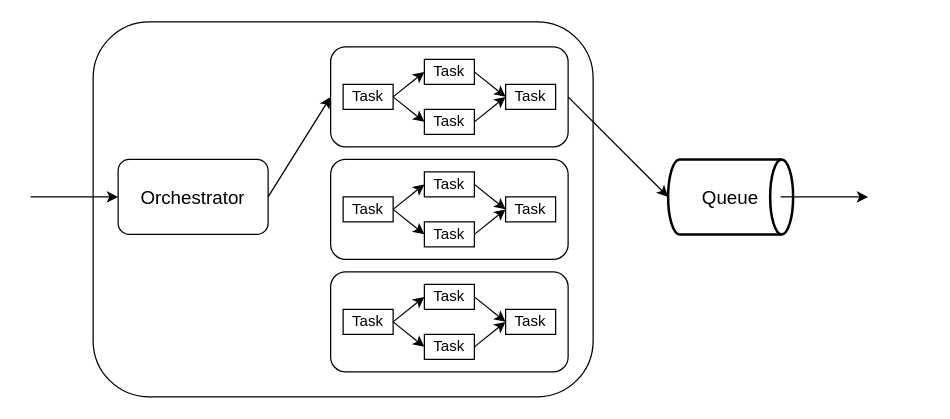
Earlier version of the draw.io diagram static/img/lang/design/asynchronous-request-response/workflow-orchestrator.drawio (hhk7734/wiki). Source tidied: cells renumbered, new cells numbered last; positions are measured from the earlier drawing's top-left corner, leaving out a move shared by most shapes. Both pictures are drawn from the tidied source at 125%, with x=0, y=0 at pixel (30, 21).
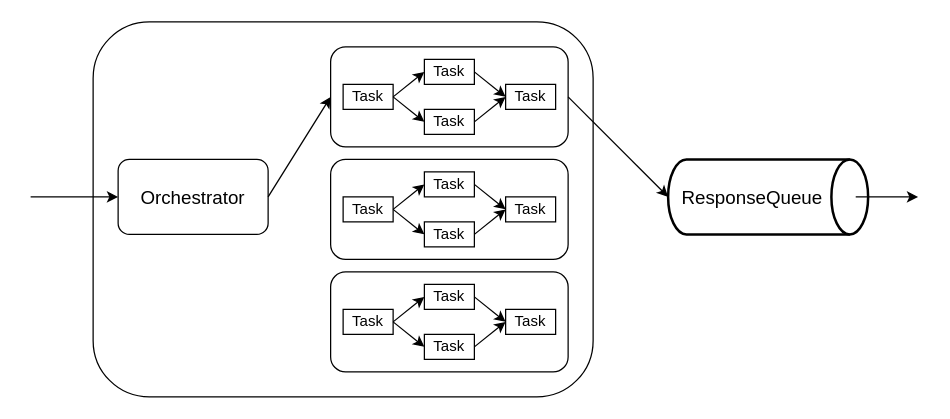
After the change.

The change refers to these unchanged cells:
```xml
<mxCell id="8" style="rounded=1;whiteSpace=wrap;html=1;fillColor=none;" parent="7" vertex="1">
  <mxGeometry width="190" height="80" as="geometry" />
</mxCell>
```

Diff of the diagram source:
```diff
@@
-    <mxCell id="5" value="Queue" style="strokeWidth=2;html=1;shape=mxgraph.flowchart.direct_data;whiteSpace=wrap;fontSize=15;" parent="1" vertex="1">
-      <mxGeometry x="510" y="110" width="100" height="60" as="geometry" />
-    </mxCell>
-    <mxCell id="6" style="endArrow=classic;html=1;rounded=0;" parent="1" edge="1">
-      <mxGeometry relative="1" as="geometry">
-        <mxPoint x="600" y="140" as="sourcePoint" />
-        <mxPoint x="670" y="140" as="targetPoint" />
-      </mxGeometry>
-    </mxCell>
@@
-    <mxCell id="38" style="endArrow=classic;html=1;rounded=0;exitX=1;exitY=0.5;exitDx=0;exitDy=0;entryX=0;entryY=0.5;entryDx=0;entryDy=0;entryPerimeter=0;" parent="1" edge="1" source="8" target="5">
+    <mxCell id="38" style="endArrow=classic;html=1;rounded=0;exitX=1;exitY=0.5;exitDx=0;exitDy=0;entryX=0;entryY=0.5;entryDx=0;entryDy=0;entryPerimeter=0;" parent="1" edge="1" source="8" target="39">
       <mxGeometry relative="1" as="geometry" />
     </mxCell>
+    <mxCell id="39" value="ResponseQueue&amp;nbsp; &amp;nbsp; &amp;nbsp;&amp;nbsp;" style="strokeWidth=2;html=1;shape=mxgraph.flowchart.direct_data;whiteSpace=wrap;fontSize=15;" parent="1" vertex="1">
+      <mxGeometry x="510" y="110" width="160" height="60" as="geometry" />
+    </mxCell>
+    <mxCell id="6" style="endArrow=classic;html=1;rounded=0;exitX=0.938;exitY=0.5;exitDx=0;exitDy=0;exitPerimeter=0;" parent="1" edge="1" source="39">
+      <mxGeometry relative="1" as="geometry">
+        <mxPoint x="710" y="140" as="targetPoint" />
+      </mxGeometry>
+    </mxCell>
```
